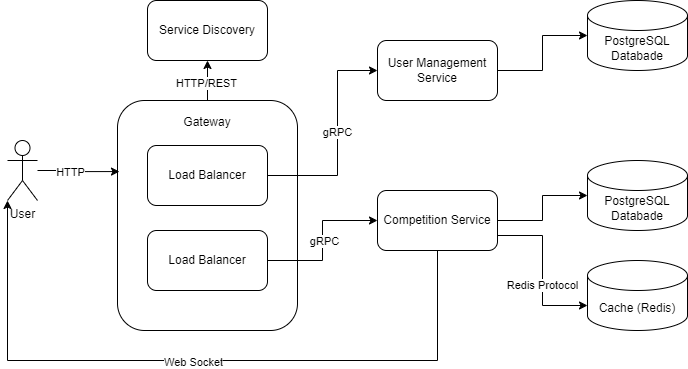
Before: Deployment Diagram.png, a diagram exported from draw.io (Iuliana0109/Great-Expectations-The-Distributed-Systems-Bildungsroman). Source tidied: cells renumbered, new cells last; positions are measured from the earlier drawing's top-left corner, leaving out a move shared by most shapes.
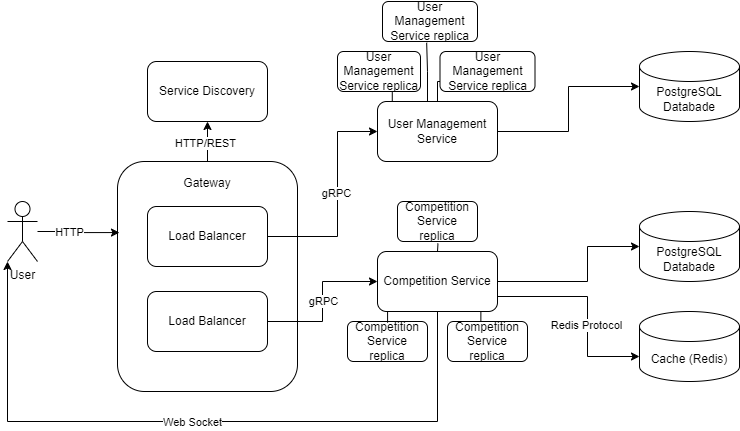
The same file after the commit.

Commit message:
added websockets initialization to the readme and changed the diagram

The edit, as a diff of the source:
```diff
@@ -6,13 +6,13 @@
       <mxGeometry y="140" width="30" height="60" as="geometry" />
     </mxCell>
     <mxCell id="3" value="PostgreSQL Databade" style="shape=cylinder3;whiteSpace=wrap;html=1;boundedLbl=1;backgroundOutline=1;size=15;" parent="1" vertex="1">
-      <mxGeometry x="580" width="100" height="70" as="geometry" />
+      <mxGeometry x="632" y="-10" width="100" height="70" as="geometry" />
     </mxCell>
     <mxCell id="4" value="PostgreSQL Databade" style="shape=cylinder3;whiteSpace=wrap;html=1;boundedLbl=1;backgroundOutline=1;size=15;" parent="1" vertex="1">
-      <mxGeometry x="580" y="160" width="100" height="70" as="geometry" />
+      <mxGeometry x="632" y="150" width="100" height="70" as="geometry" />
     </mxCell>
     <mxCell id="5" value="Cache (Redis)" style="shape=cylinder3;whiteSpace=wrap;html=1;boundedLbl=1;backgroundOutline=1;size=15;" parent="1" vertex="1">
-      <mxGeometry x="580" y="260" width="100" height="70" as="geometry" />
+      <mxGeometry x="632" y="250" width="100" height="70" as="geometry" />
     </mxCell>
     <mxCell id="6" style="edgeStyle=orthogonalEdgeStyle;rounded=0;jettySize=auto;html=1;exitX=0.5;exitY=0;exitDx=0;exitDy=0;entryX=0.5;entryY=1;entryDx=0;entryDy=0;" parent="1" edge="1" source="8" target="17">
       <mxGeometry relative="1" as="geometry" />
@@ -48,6 +48,9 @@
     <mxCell id="14" value="Load Balancer" style="rounded=1;whiteSpace=wrap;html=1;" parent="1" vertex="1">
       <mxGeometry x="140" y="230" width="120" height="60" as="geometry" />
     </mxCell>
+    <mxCell id="26" style="edgeStyle=orthogonalEdgeStyle;rounded=0;jettySize=auto;html=1;exitX=0.5;exitY=0;exitDx=0;exitDy=0;entryX=0.5;entryY=1;entryDx=0;entryDy=0;endArrow=none;endFill=0;" parent="1" edge="1" source="15" target="31">
+      <mxGeometry relative="1" as="geometry" />
+    </mxCell>
     <mxCell id="15" value="User Management Service" style="rounded=1;whiteSpace=wrap;html=1;" parent="1" vertex="1">
       <mxGeometry x="370" y="40" width="120" height="60" as="geometry" />
     </mxCell>
@@ -67,10 +70,20 @@
       <mxGeometry relative="1" as="geometry" />
     </mxCell>
     <mxCell id="21" style="edgeStyle=orthogonalEdgeStyle;rounded=0;jettySize=auto;html=1;exitX=1;exitY=0.5;exitDx=0;exitDy=0;entryX=0;entryY=0.5;entryDx=0;entryDy=0;entryPerimeter=0;" parent="1" edge="1" source="16" target="4">
-      <mxGeometry relative="1" as="geometry" />
+      <mxGeometry relative="1" as="geometry">
+        <Array as="points">
+          <mxPoint x="580" y="220" />
+          <mxPoint x="580" y="185" />
+        </Array>
+      </mxGeometry>
     </mxCell>
     <mxCell id="22" style="edgeStyle=orthogonalEdgeStyle;rounded=0;jettySize=auto;html=1;exitX=1;exitY=0.75;exitDx=0;exitDy=0;entryX=0;entryY=0;entryDx=0;entryDy=45;entryPerimeter=0;" parent="1" edge="1" source="16" target="5">
-      <mxGeometry relative="1" as="geometry" />
+      <mxGeometry relative="1" as="geometry">
+        <Array as="points">
+          <mxPoint x="580" y="235" />
+          <mxPoint x="580" y="295" />
+        </Array>
+      </mxGeometry>
     </mxCell>
     <mxCell id="23" value="Redis Protocol" style="edgeLabel;html=1;align=center;verticalAlign=middle;" parent="22" vertex="1">
       <mxGeometry x="0.17" y="-1" relative="1" as="geometry" />
@@ -86,5 +99,44 @@
     <mxCell id="25" value="Web Socket" style="edgeLabel;html=1;align=center;verticalAlign=middle;" parent="24" vertex="1">
       <mxGeometry x="0.01" y="1" relative="1" as="geometry" />
     </mxCell>
+    <mxCell id="27" value="Competition Service replica" style="rounded=1;whiteSpace=wrap;html=1;" parent="1" vertex="1">
+      <mxGeometry x="440" y="260" width="80" height="40" as="geometry" />
+    </mxCell>
+    <mxCell id="28" value="Competition Service replica" style="rounded=1;whiteSpace=wrap;html=1;" parent="1" vertex="1">
+      <mxGeometry x="340" y="260" width="80" height="40" as="geometry" />
+    </mxCell>
+    <mxCell id="29" value="Competition Service replica" style="rounded=1;whiteSpace=wrap;html=1;" parent="1" vertex="1">
+      <mxGeometry x="390" y="140" width="80" height="40" as="geometry" />
+    </mxCell>
+    <mxCell id="30" value="User Management Service replica" style="rounded=1;whiteSpace=wrap;html=1;" parent="1" vertex="1">
+      <mxGeometry x="330" y="-10" width="83" height="40" as="geometry" />
+    </mxCell>
+    <mxCell id="31" value="User Management Service replica" style="rounded=1;whiteSpace=wrap;html=1;" parent="1" vertex="1">
+      <mxGeometry x="432.5" y="-10" width="95" height="40" as="geometry" />
+    </mxCell>
+    <mxCell id="32" value="User Management Service replica" style="rounded=1;whiteSpace=wrap;html=1;" parent="1" vertex="1">
+      <mxGeometry x="375" y="-60" width="95" height="40" as="geometry" />
+    </mxCell>
+    <mxCell id="33" style="edgeStyle=orthogonalEdgeStyle;rounded=0;jettySize=auto;html=1;exitX=0.25;exitY=0;exitDx=0;exitDy=0;entryX=0.66;entryY=1.019;entryDx=0;entryDy=0;entryPerimeter=0;endArrow=none;endFill=0;" parent="1" edge="1" source="15" target="30">
+      <mxGeometry relative="1" as="geometry" />
+    </mxCell>
+    <mxCell id="34" style="edgeStyle=orthogonalEdgeStyle;rounded=0;jettySize=auto;html=1;exitX=0.5;exitY=0;exitDx=0;exitDy=0;entryX=0.465;entryY=1.031;entryDx=0;entryDy=0;entryPerimeter=0;startArrow=none;startFill=0;endArrow=none;endFill=0;" parent="1" edge="1" source="15" target="32">
+      <mxGeometry relative="1" as="geometry">
+        <Array as="points">
+          <mxPoint x="420" y="40" />
+          <mxPoint x="420" y="10" />
+          <mxPoint x="419" y="10" />
+        </Array>
+      </mxGeometry>
+    </mxCell>
+    <mxCell id="35" style="edgeStyle=orthogonalEdgeStyle;rounded=0;jettySize=auto;html=1;exitX=0.5;exitY=0;exitDx=0;exitDy=0;entryX=0.506;entryY=1.05;entryDx=0;entryDy=0;entryPerimeter=0;endArrow=none;endFill=0;" parent="1" edge="1" source="16" target="29">
+      <mxGeometry relative="1" as="geometry" />
+    </mxCell>
+    <mxCell id="36" style="edgeStyle=orthogonalEdgeStyle;rounded=0;jettySize=auto;html=1;exitX=0.75;exitY=1;exitDx=0;exitDy=0;entryX=0.417;entryY=-0.007;entryDx=0;entryDy=0;entryPerimeter=0;endArrow=none;endFill=0;" parent="1" edge="1" source="16" target="27">
+      <mxGeometry relative="1" as="geometry" />
+    </mxCell>
+    <mxCell id="37" style="edgeStyle=orthogonalEdgeStyle;rounded=0;jettySize=auto;html=1;exitX=0.25;exitY=1;exitDx=0;exitDy=0;entryX=0.501;entryY=0.029;entryDx=0;entryDy=0;entryPerimeter=0;endArrow=none;endFill=0;" parent="1" edge="1" source="16" target="28">
+      <mxGeometry relative="1" as="geometry" />
+    </mxCell>
   </root>
 </mxGraphModel>
```
